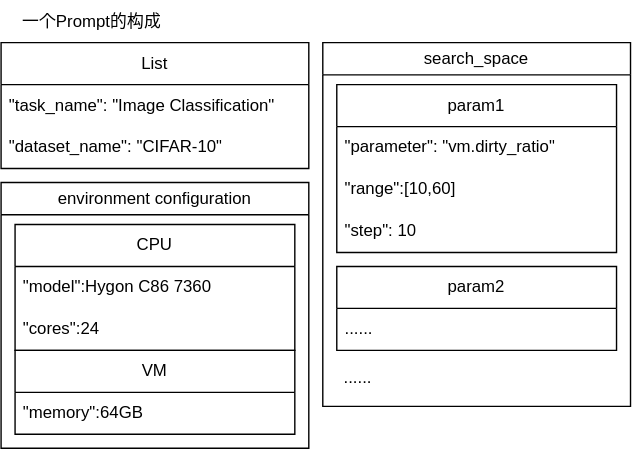
Above: Prompt.svg in Dong-J93/_pictures (draw.io), before the change. Source tidied: cells renumbered, new cells last; positions are measured from the earlier drawing's top-left corner, leaving out a move shared by most shapes.
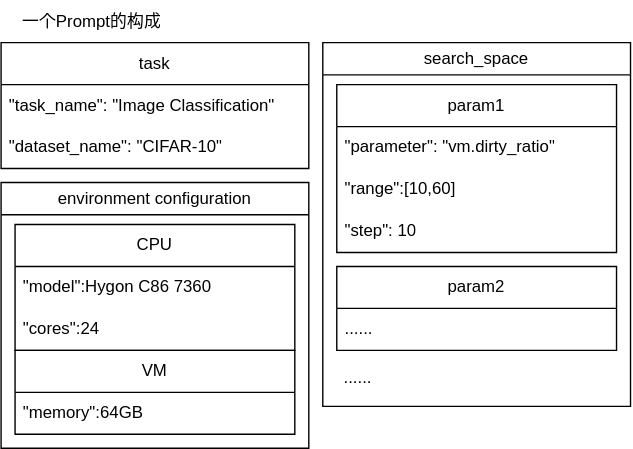
Above is the later version.

What changed in the source:
```diff
@@ -2,7 +2,7 @@
   <root>
     <mxCell id="0" />
     <mxCell id="1" parent="0" />
-    <mxCell id="2" value="List" style="swimlane;fontStyle=0;horizontal=1;startSize=30;whiteSpace=wrap;html=1;" parent="1" vertex="1">
+    <mxCell id="2" value="task" style="swimlane;fontStyle=0;horizontal=1;startSize=30;whiteSpace=wrap;html=1;" parent="1" vertex="1">
       <mxGeometry y="30" width="220" height="90" as="geometry" />
     </mxCell>
     <mxCell id="3" value="&lt;span class=&quot;hljs-attr&quot;&gt;&quot;task_name&quot;&lt;/span&gt;&lt;span class=&quot;hljs-punctuation&quot;&gt;:&lt;/span&gt; &lt;span class=&quot;hljs-string&quot;&gt;&quot;Image Classification&quot;&lt;/span&gt;" style="text;strokeColor=none;fillColor=none;align=left;verticalAlign=middle;spacingLeft=4;spacingRight=4;overflow=hidden;whiteSpace=wrap;html=1;" parent="2" vertex="1">
```
